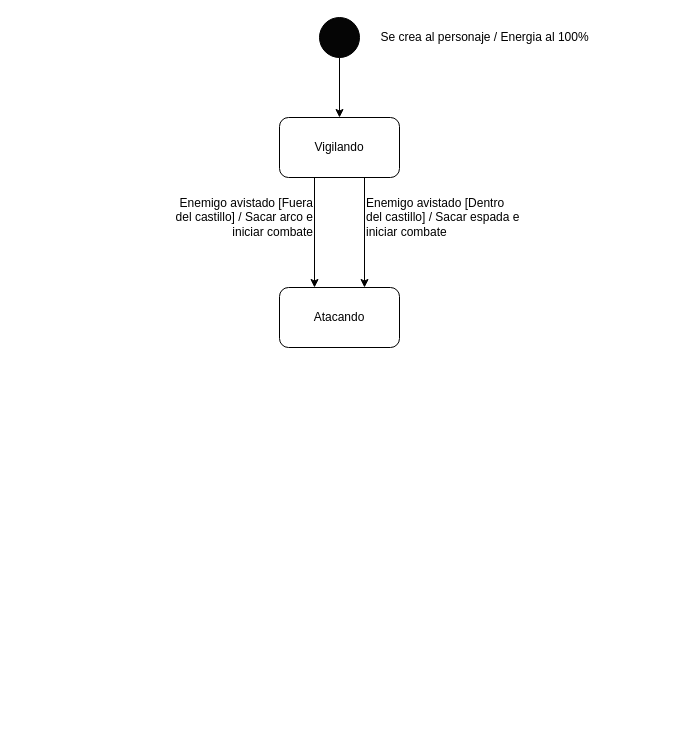
Above: DTE /Ejercicio_Adicional_4.drawio in imnotsetro/IDS-1 (draw.io), before the change. Source tidied: cells renumbered, new cells numbered last; positions are measured from the earlier drawing's top-left corner, leaving out a move shared by most shapes. Both pictures are drawn from the tidied source at 100%, with x=0, y=0 at pixel (154, 17).
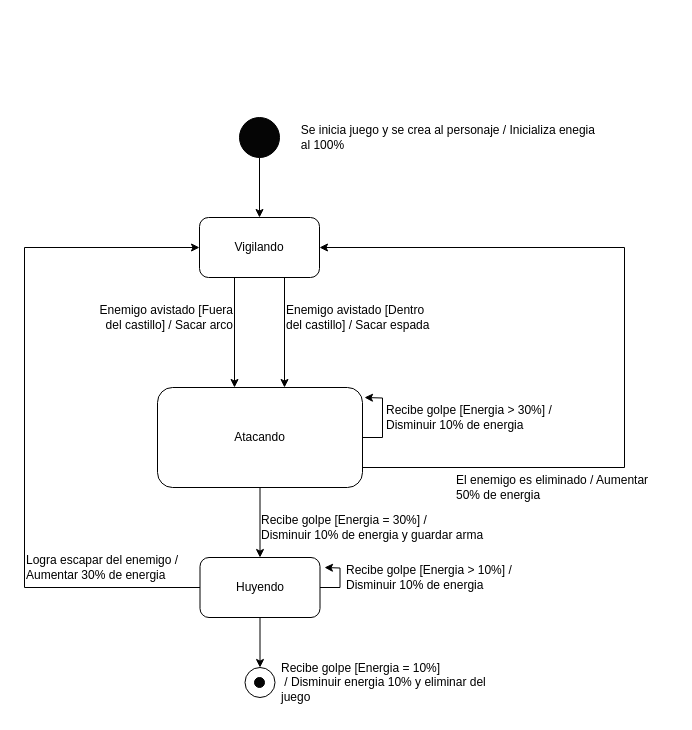
The same page after the edit.

What changed in the source:
```diff
@@
     <mxCell id="3" style="ellipse;whiteSpace=wrap;html=1;fillColor=#050505;" parent="1" vertex="1">
-      <mxGeometry x="165" width="40" height="40" as="geometry" />
+      <mxGeometry x="85" y="100" width="40" height="40" as="geometry" />
     </mxCell>
     <mxCell id="4" value="Vigilando" style="rounded=1;whiteSpace=wrap;html=1;" parent="1" vertex="1">
-      <mxGeometry x="125" y="100" width="120" height="60" as="geometry" />
+      <mxGeometry x="45" y="200" width="120" height="60" as="geometry" />
     </mxCell>
-    <mxCell id="5" value="Se crea al personaje / Energia al 100%" style="text;html=1;align=center;verticalAlign=middle;strokeColor=none;fillColor=none;" parent="1" vertex="1">
-      <mxGeometry x="210" y="5" width="240" height="30" as="geometry" />
+    <mxCell id="5" value="&lt;div&gt;Se inicia juego y se crea al personaje / Inicializa enegia&amp;nbsp;&lt;/div&gt;&lt;div align=&quot;left&quot;&gt;al 100%&lt;/div&gt;" style="text;html=1;align=center;verticalAlign=middle;strokeColor=none;fillColor=none;" parent="1" vertex="1">
+      <mxGeometry x="130" y="100" width="330" height="40" as="geometry" />
     </mxCell>
+    <mxCell id="11" style="edgeStyle=orthogonalEdgeStyle;rounded=0;jettySize=auto;html=1;" parent="1" edge="1" source="6">
+      <mxGeometry relative="1" as="geometry">
+        <mxPoint x="210" y="380" as="targetPoint" />
+      </mxGeometry>
+    </mxCell>
+    <mxCell id="12" style="edgeStyle=orthogonalEdgeStyle;rounded=0;jettySize=auto;html=1;entryX=1;entryY=0.5;entryDx=0;entryDy=0;" parent="1" edge="1" source="6" target="4">
+      <mxGeometry relative="1" as="geometry">
+        <Array as="points">
+          <mxPoint x="470" y="450" />
+          <mxPoint x="470" y="230" />
+        </Array>
+      </mxGeometry>
+    </mxCell>
+    <mxCell id="13" style="edgeStyle=orthogonalEdgeStyle;rounded=0;jettySize=auto;html=1;" parent="1" edge="1" source="6" target="19">
+      <mxGeometry relative="1" as="geometry" />
+    </mxCell>
     <mxCell id="6" value="Atacando" style="rounded=1;whiteSpace=wrap;html=1;" parent="1" vertex="1">
-      <mxGeometry x="125" y="270" width="120" height="60" as="geometry" />
+      <mxGeometry x="3" y="370" width="205" height="100" as="geometry" />
     </mxCell>
     <mxCell id="7" style="edgeStyle=orthogonalEdgeStyle;rounded=0;orthogonalLoop=1;jettySize=auto;html=1;" parent="1" edge="1">
       <mxGeometry relative="1" as="geometry">
-        <mxPoint x="210" y="160" as="sourcePoint" />
-        <mxPoint x="210" y="270" as="targetPoint" />
+        <mxPoint x="130" y="260" as="sourcePoint" />
+        <mxPoint x="130" y="370" as="targetPoint" />
       </mxGeometry>
     </mxCell>
     <mxCell id="8" style="edgeStyle=orthogonalEdgeStyle;rounded=0;orthogonalLoop=1;jettySize=auto;html=1;" parent="1" edge="1">
       <mxGeometry relative="1" as="geometry">
-        <mxPoint x="160" y="160" as="sourcePoint" />
-        <mxPoint x="160" y="270" as="targetPoint" />
+        <mxPoint x="80" y="260" as="sourcePoint" />
+        <mxPoint x="80" y="370" as="targetPoint" />
       </mxGeometry>
     </mxCell>
-    <mxCell id="9" value="&lt;div&gt;Enemigo avistado [Dentro&amp;nbsp;&lt;/div&gt;&lt;div&gt;del castillo] / Sacar espada e&lt;/div&gt;&lt;div&gt;iniciar combate&lt;br&gt;&lt;/div&gt;" style="text;html=1;align=left;verticalAlign=middle;strokeColor=none;fillColor=none;" parent="1" vertex="1">
-      <mxGeometry x="210" y="170" width="180" height="60" as="geometry" />
+    <mxCell id="9" value="&lt;div&gt;Enemigo avistado [Dentro&amp;nbsp;&lt;/div&gt;&lt;div&gt;del castillo] / Sacar espada&lt;br&gt;&lt;/div&gt;" style="text;html=1;align=left;verticalAlign=middle;strokeColor=none;fillColor=none;" parent="1" vertex="1">
+      <mxGeometry x="130" y="280" width="170" height="40" as="geometry" />
     </mxCell>
-    <mxCell id="10" value="&lt;div&gt;Enemigo avistado [Fuera&lt;/div&gt;&lt;div&gt;del castillo] / Sacar arco e&lt;/div&gt;&lt;div&gt;iniciar combate&lt;br&gt;&lt;/div&gt;" style="text;html=1;align=right;verticalAlign=middle;strokeColor=none;fillColor=none;" parent="1" vertex="1">
-      <mxGeometry y="170" width="160" height="60" as="geometry" />
+    <mxCell id="10" value="&lt;div&gt;Enemigo avistado [Fuera&lt;/div&gt;&lt;div&gt;del castillo] / Sacar arco&lt;br&gt;&lt;/div&gt;" style="text;html=1;align=right;verticalAlign=middle;strokeColor=none;fillColor=none;" parent="1" vertex="1">
+      <mxGeometry x="-80" y="280" width="160" height="40" as="geometry" />
     </mxCell>
+    <mxCell id="14" value="&lt;div&gt;Recibe golpe [Energia &amp;gt; 30%] /&lt;/div&gt;&lt;div&gt;Disminuir 10% de energia&lt;br&gt;&lt;/div&gt;" style="text;html=1;align=left;verticalAlign=middle;strokeColor=none;fillColor=none;" parent="1" vertex="1">
+      <mxGeometry x="230" y="380" width="190" height="40" as="geometry" />
+    </mxCell>
+    <mxCell id="15" value="&lt;div&gt;El enemigo es eliminado / Aumentar&lt;/div&gt;&lt;div&gt;50% de energia&lt;br&gt;&lt;/div&gt;" style="text;html=1;align=left;verticalAlign=middle;strokeColor=none;fillColor=none;" parent="1" vertex="1">
+      <mxGeometry x="300" y="450" width="220" height="40" as="geometry" />
+    </mxCell>
+    <mxCell id="16" style="edgeStyle=orthogonalEdgeStyle;rounded=0;jettySize=auto;html=1;" parent="1" edge="1" source="19">
+      <mxGeometry relative="1" as="geometry">
+        <mxPoint x="170" y="550" as="targetPoint" />
+      </mxGeometry>
+    </mxCell>
+    <mxCell id="17" style="edgeStyle=orthogonalEdgeStyle;rounded=0;jettySize=auto;html=1;entryX=0.5;entryY=0;entryDx=0;entryDy=0;" parent="1" edge="1" source="19" target="22">
+      <mxGeometry relative="1" as="geometry" />
+    </mxCell>
+    <mxCell id="18" style="edgeStyle=orthogonalEdgeStyle;rounded=0;jettySize=auto;html=1;entryX=0;entryY=0.5;entryDx=0;entryDy=0;" parent="1" edge="1" source="19" target="4">
+      <mxGeometry relative="1" as="geometry">
+        <Array as="points">
+          <mxPoint x="-130" y="570" />
+          <mxPoint x="-130" y="230" />
+        </Array>
+      </mxGeometry>
+    </mxCell>
+    <mxCell id="19" value="Huyendo" style="rounded=1;whiteSpace=wrap;html=1;" parent="1" vertex="1">
+      <mxGeometry x="45.5" y="540" width="120" height="60" as="geometry" />
+    </mxCell>
+    <mxCell id="20" value="&lt;div&gt;Recibe golpe [Energia = 30%] /&lt;/div&gt;&lt;div&gt;Disminuir 10% de energia y guardar arma&lt;br&gt;&lt;/div&gt;" style="text;html=1;align=left;verticalAlign=middle;strokeColor=none;fillColor=none;" parent="1" vertex="1">
+      <mxGeometry x="105" y="490" width="250" height="40" as="geometry" />
+    </mxCell>
+    <mxCell id="21" value="&lt;div&gt;Recibe golpe [Energia &amp;gt; 10%] /&lt;/div&gt;&lt;div&gt;Disminuir 10% de energia&lt;br&gt;&lt;/div&gt;" style="text;html=1;align=left;verticalAlign=middle;strokeColor=none;fillColor=none;" parent="1" vertex="1">
+      <mxGeometry x="190" y="540" width="190" height="40" as="geometry" />
+    </mxCell>
+    <mxCell id="22" style="ellipse;whiteSpace=wrap;html=1;fillColor=#ffffff;" parent="1" vertex="1">
+      <mxGeometry x="90.5" y="650" width="30" height="30" as="geometry" />
+    </mxCell>
+    <mxCell id="23" style="ellipse;whiteSpace=wrap;html=1;fillColor=#050505;" parent="1" vertex="1">
+      <mxGeometry x="100" y="660" width="10" height="10" as="geometry" />
+    </mxCell>
+    <mxCell id="24" value="&lt;div&gt;Recibe golpe [Energia = 10%]&lt;br&gt;&lt;/div&gt;&lt;div&gt;&amp;nbsp;/ Disminuir energia 10% y eliminar del&lt;/div&gt;&lt;div&gt;juego&lt;br&gt;&lt;/div&gt;" style="text;html=1;align=left;verticalAlign=middle;strokeColor=none;fillColor=none;" parent="1" vertex="1">
+      <mxGeometry x="125" y="635" width="240" height="60" as="geometry" />
+    </mxCell>
+    <mxCell id="25" value="&lt;div&gt;Logra escapar del enemigo /&lt;/div&gt;&lt;div&gt;Aumentar 30% de energia&lt;br&gt;&lt;/div&gt;" style="text;html=1;align=left;verticalAlign=middle;strokeColor=none;fillColor=none;" parent="1" vertex="1">
+      <mxGeometry x="-130" y="530" width="180" height="40" as="geometry" />
+    </mxCell>
```
